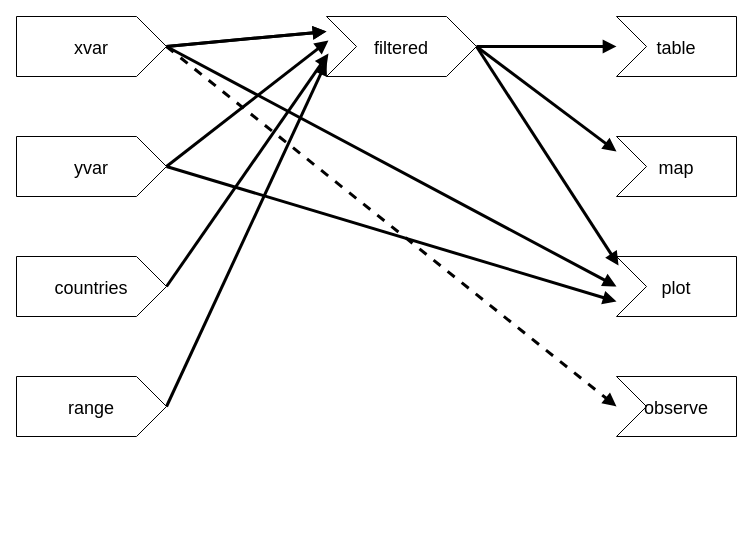
This is resources/reactive-graph-ess-app.drawio from paulcbauer/shiny_workshop, a draw.io file, before an edit. Source tidied: cells renumbered, new cells numbered last; positions are measured from the earlier drawing's top-left corner, leaving out a move shared by most shapes. Both pictures are drawn from the tidied source at 100%, with x=0, y=0 at pixel (16, 16).
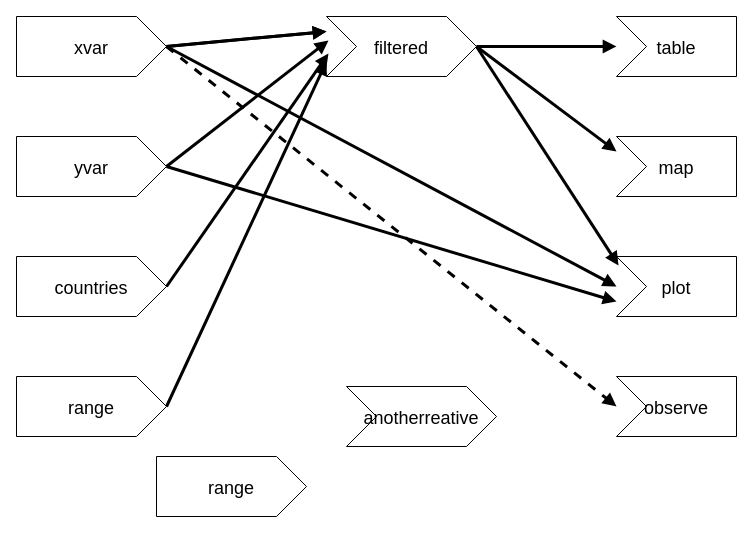
Above is the later version.

Commit message (it also covers changes not shown here):
Update link to draw io graph and share graph

The edit, as a diff of the source:
```diff
@@
+    <mxCell id="68" value="range" style="group;verticalAlign=middle;fontSize=18;strokeWidth=0;perimeterSpacing=0;" parent="1" vertex="1">
+      <mxGeometry x="140" y="440" width="150" height="60" as="geometry" />
+    </mxCell>
+    <mxCell id="69" style="endArrow=none;html=1;rounded=0;strokeWidth=1;" parent="68" edge="1">
+      <mxGeometry relative="1" as="geometry">
+        <mxPoint as="sourcePoint" />
+        <mxPoint x="120" as="targetPoint" />
+      </mxGeometry>
+    </mxCell>
+    <mxCell id="70" style="endArrow=none;html=1;rounded=0;" parent="68" edge="1">
+      <mxGeometry relative="1" as="geometry">
+        <mxPoint y="60" as="sourcePoint" />
+        <mxPoint x="120" y="60" as="targetPoint" />
+      </mxGeometry>
+    </mxCell>
+    <mxCell id="71" style="endArrow=none;html=1;rounded=0;" parent="68" edge="1">
+      <mxGeometry relative="1" as="geometry">
+        <mxPoint x="120" as="sourcePoint" />
+        <mxPoint x="150" y="30" as="targetPoint" />
+      </mxGeometry>
+    </mxCell>
+    <mxCell id="72" style="endArrow=none;html=1;rounded=0;" parent="68" edge="1">
+      <mxGeometry relative="1" as="geometry">
+        <mxPoint x="120" y="60" as="sourcePoint" />
+        <mxPoint x="150" y="30" as="targetPoint" />
+      </mxGeometry>
+    </mxCell>
+    <mxCell id="73" style="endArrow=none;html=1;rounded=0;" parent="68" edge="1">
+      <mxGeometry relative="1" as="geometry">
+        <mxPoint y="60" as="sourcePoint" />
+        <mxPoint as="targetPoint" />
+      </mxGeometry>
+    </mxCell>
+    <mxCell id="74" value="anotherreative" style="group;verticalAlign=middle;fontSize=18;strokeWidth=0;perimeterSpacing=0;" parent="1" vertex="1">
+      <mxGeometry x="330" y="370" width="150" height="60" as="geometry" />
+    </mxCell>
+    <mxCell id="75" style="endArrow=none;html=1;rounded=0;" parent="74" edge="1">
+      <mxGeometry relative="1" as="geometry">
+        <mxPoint as="sourcePoint" />
+        <mxPoint x="120" as="targetPoint" />
+      </mxGeometry>
+    </mxCell>
+    <mxCell id="76" style="endArrow=none;html=1;rounded=0;" parent="74" edge="1">
+      <mxGeometry relative="1" as="geometry">
+        <mxPoint y="60" as="sourcePoint" />
+        <mxPoint x="120" y="60" as="targetPoint" />
+      </mxGeometry>
+    </mxCell>
+    <mxCell id="77" style="endArrow=none;html=1;rounded=0;" parent="74" edge="1">
+      <mxGeometry relative="1" as="geometry">
+        <mxPoint y="60" as="sourcePoint" />
+        <mxPoint x="30" y="30" as="targetPoint" />
+      </mxGeometry>
+    </mxCell>
+    <mxCell id="78" style="endArrow=none;html=1;rounded=0;" parent="74" edge="1">
+      <mxGeometry relative="1" as="geometry">
+        <mxPoint as="sourcePoint" />
+        <mxPoint x="30" y="30" as="targetPoint" />
+      </mxGeometry>
+    </mxCell>
+    <mxCell id="79" style="endArrow=none;html=1;rounded=0;" parent="74" edge="1">
+      <mxGeometry relative="1" as="geometry">
+        <mxPoint x="120" as="sourcePoint" />
+        <mxPoint x="150" y="30" as="targetPoint" />
+      </mxGeometry>
+    </mxCell>
+    <mxCell id="80" style="endArrow=none;html=1;rounded=0;" parent="74" edge="1">
+      <mxGeometry relative="1" as="geometry">
+        <mxPoint x="120" y="60" as="sourcePoint" />
+        <mxPoint x="150" y="30" as="targetPoint" />
+      </mxGeometry>
+    </mxCell>
```
